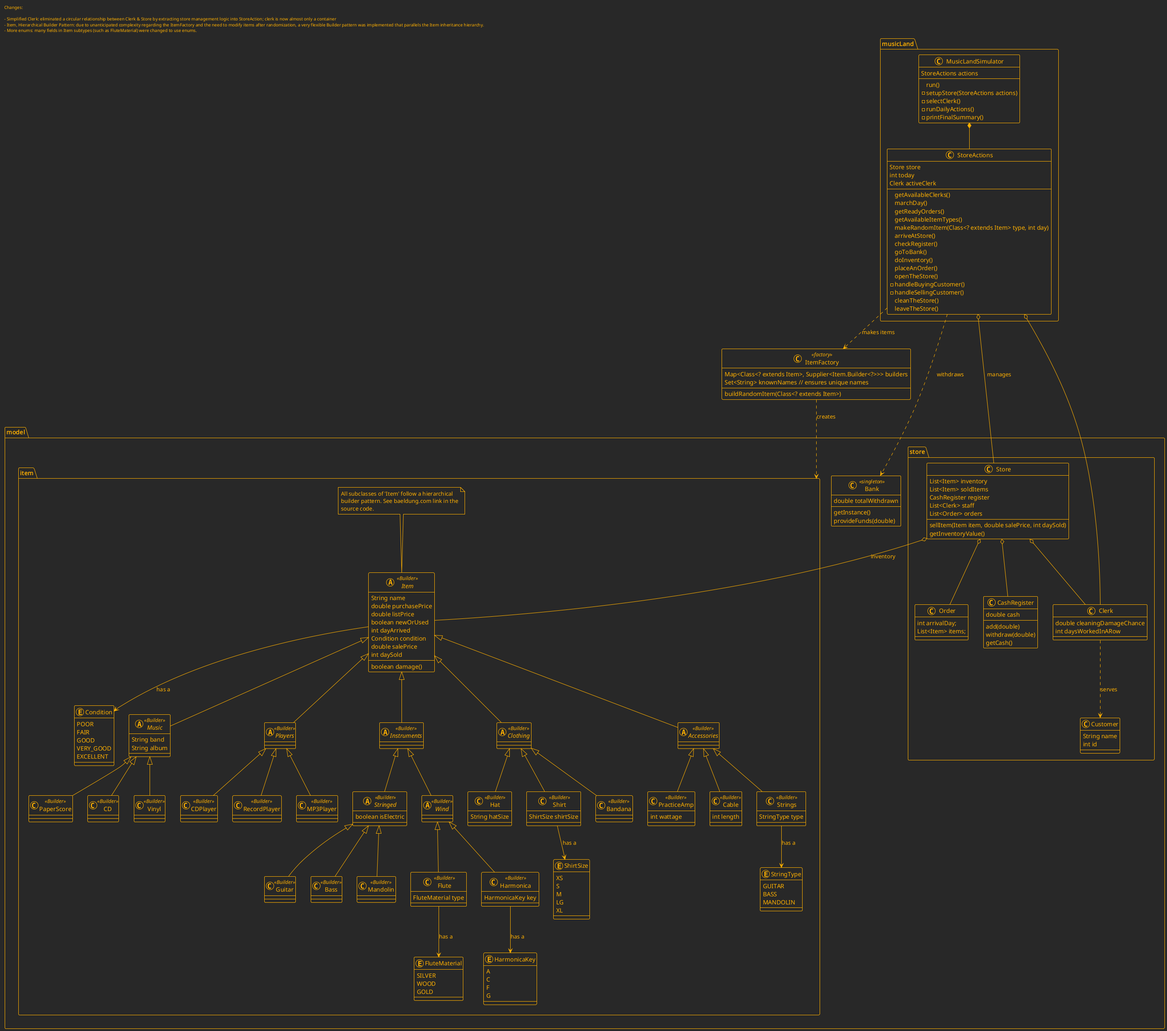
The PlantUML diagram src/main/java/ooad/project2/assets/UMLDesign-PostCode.png in simondoesstuff/ooad-2025, before a commit.
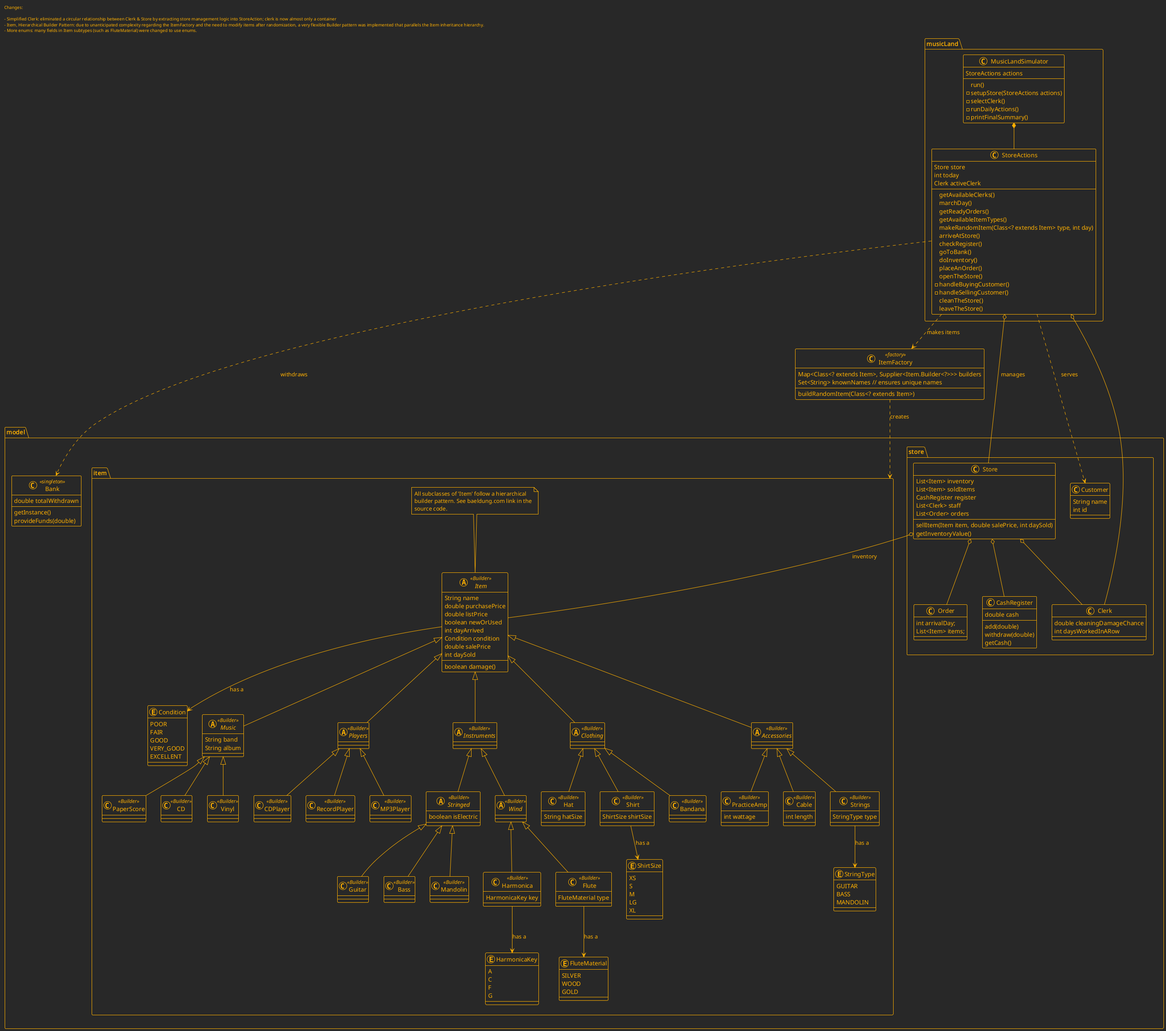
Later version of the same file.

Commit message:
proj2: small fix for post code UML

Diff of the diagram source:
```diff
@@ -224,7 +224,7 @@
 Store o-- Item : inventory
 Store o-- Clerk
 Item --> Condition : has a
-Clerk ..> Customer : serves
+StoreActions ..> Customer : serves
 
 ItemFactory ..> item : creates
 @enduml
```
